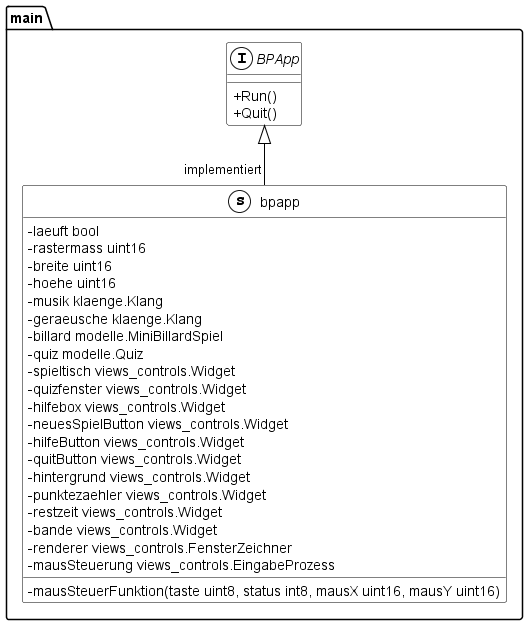
Above: documentation/UML/main.png in Fussbroich/lwb-SWP (PlantUML), before the change.
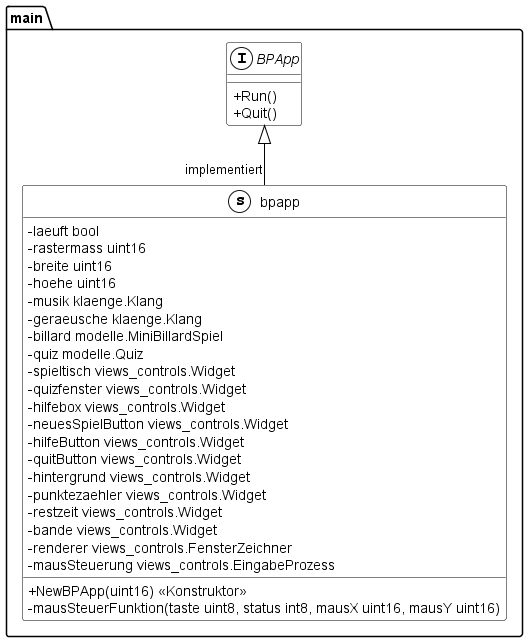
The same diagram one commit later.

Diff of the diagram source:
```diff
@@ -33,6 +33,7 @@
         - renderer views_controls.FensterZeichner
         - mausSteuerung views_controls.EingabeProzess
 
+        + NewBPApp(uint16) << Konstruktor >>
         - mausSteuerFunktion(taste uint8, status int8, mausX uint16, mausY uint16)
     }
 }
```
